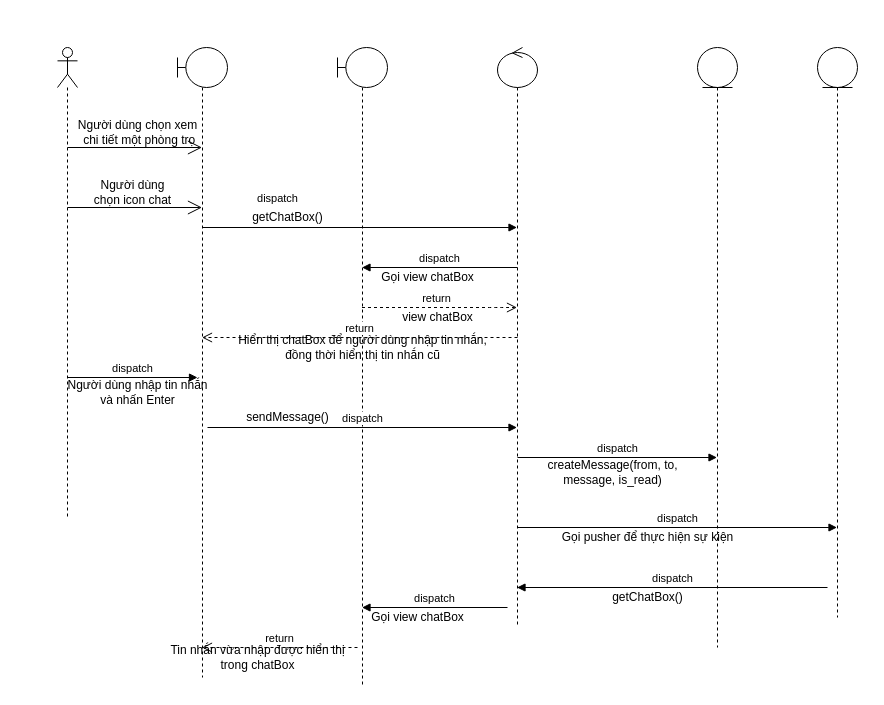
Before: Untitled Diagram.drawio in hainguyenvan6799/SequenceCNM, a draw.io diagram. Source tidied: cells renumbered, new cells numbered last; positions are measured from the earlier drawing's top-left corner, leaving out a move shared by most shapes. Both pictures are drawn from the tidied source at 100%, with x=0, y=0 at pixel (57, 47).
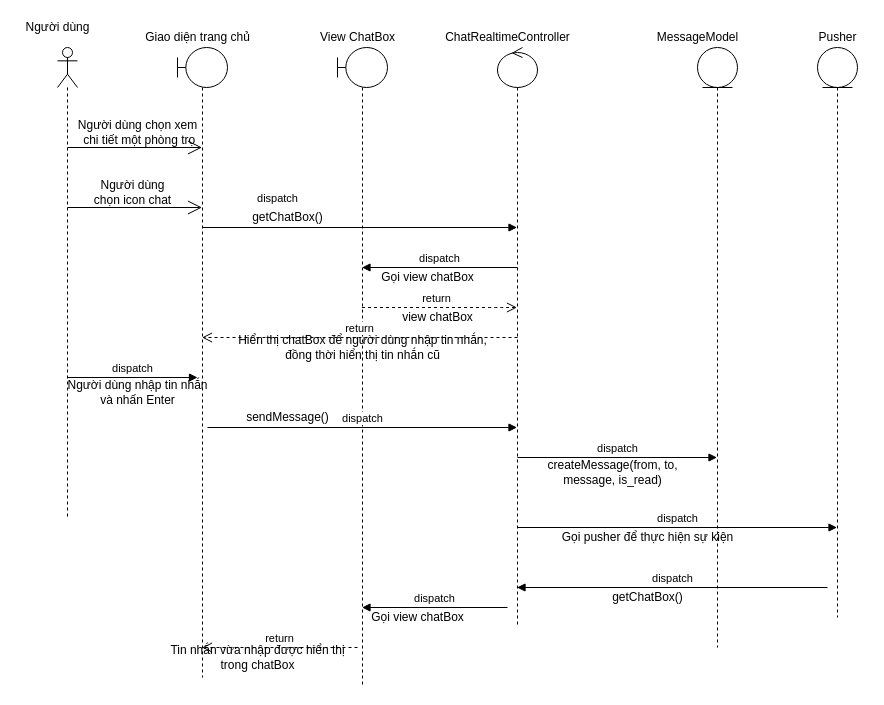
Above is the later version.

What changed in the source:
```diff
@@
+    <mxCell id="34" value="Người dùng" style="text;html=1;align=center;verticalAlign=middle;" parent="1" vertex="1">
+      <mxGeometry x="-40" y="-30" width="80" height="20" as="geometry" />
+    </mxCell>
+    <mxCell id="35" value="Giao diện trang chủ" style="text;html=1;align=center;verticalAlign=middle;" parent="1" vertex="1">
+      <mxGeometry x="80" y="-20" width="120" height="20" as="geometry" />
+    </mxCell>
+    <mxCell id="36" value="View ChatBox" style="text;html=1;align=center;verticalAlign=middle;" parent="1" vertex="1">
+      <mxGeometry x="255" y="-20" width="90" height="20" as="geometry" />
+    </mxCell>
+    <mxCell id="37" value="ChatRealtimeController" style="text;html=1;align=center;verticalAlign=middle;" parent="1" vertex="1">
+      <mxGeometry x="375" y="-20" width="150" height="20" as="geometry" />
+    </mxCell>
+    <mxCell id="38" value="MessageModel&lt;br&gt;" style="text;html=1;align=center;verticalAlign=middle;" parent="1" vertex="1">
+      <mxGeometry x="590" y="-20" width="100" height="20" as="geometry" />
+    </mxCell>
+    <mxCell id="39" value="Pusher" style="text;html=1;align=center;verticalAlign=middle;" parent="1" vertex="1">
+      <mxGeometry x="750" y="-20" width="60" height="20" as="geometry" />
+    </mxCell>
```
